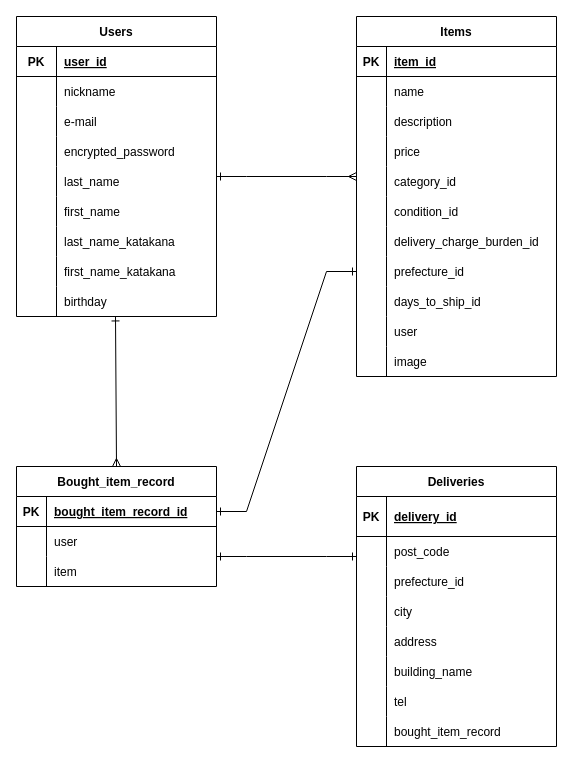
Earlier version of the draw.io diagram furima.dio (maaaaqqqq/furima-37360). Source tidied: cells renumbered, new cells numbered last; positions are measured from the earlier drawing's top-left corner, leaving out a move shared by most shapes. Both pictures are drawn from the tidied source at 100%, with x=0, y=0 at pixel (16, 16).
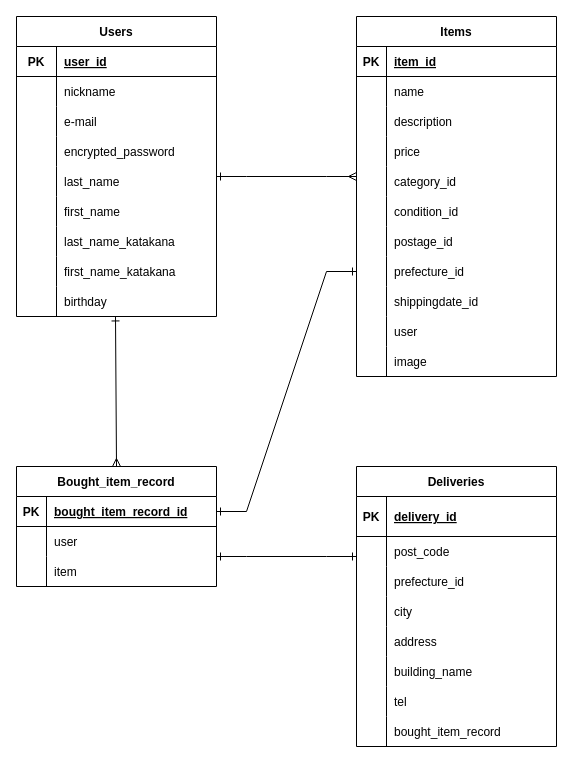
The same diagram, later.

Commit message (it also covers changes not shown here):
ER図,README修正

The change refers to these unchanged cells:
```xml
<mxCell id="49" style="shape=partialRectangle;fillColor=none;top=0;left=0;bottom=0;right=0;rounded=0;" parent="30" vertex="1">
  <mxGeometry y="210" width="200" height="30" as="geometry" />
</mxCell>
<mxCell id="55" style="shape=partialRectangle;fillColor=none;top=0;left=0;bottom=0;right=0;rounded=0;" parent="30" vertex="1">
  <mxGeometry y="270" width="200" height="30" as="geometry" />
</mxCell>
```

Change to the diagram source:
```diff
@@
-    <mxCell id="51" value="delivery_charge_burden_id" style="shape=partialRectangle;fillColor=none;top=0;left=0;bottom=0;right=0;align=left;spacingLeft=6;overflow=hidden;rounded=0;" parent="49" vertex="1">
+    <mxCell id="51" value="postage_id" style="shape=partialRectangle;fillColor=none;top=0;left=0;bottom=0;right=0;align=left;spacingLeft=6;overflow=hidden;rounded=0;" parent="49" vertex="1">
       <mxGeometry x="30" width="170" height="30" as="geometry" />
     </mxCell>
@@
-    <mxCell id="57" value="days_to_ship_id" style="shape=partialRectangle;fillColor=none;top=0;left=0;bottom=0;right=0;align=left;spacingLeft=6;overflow=hidden;rounded=0;" parent="55" vertex="1">
+    <mxCell id="57" value="shippingdate_id " style="shape=partialRectangle;fillColor=none;top=0;left=0;bottom=0;right=0;align=left;spacingLeft=6;overflow=hidden;rounded=0;" parent="55" vertex="1">
       <mxGeometry x="30" width="170" height="30" as="geometry" />
     </mxCell>
```
